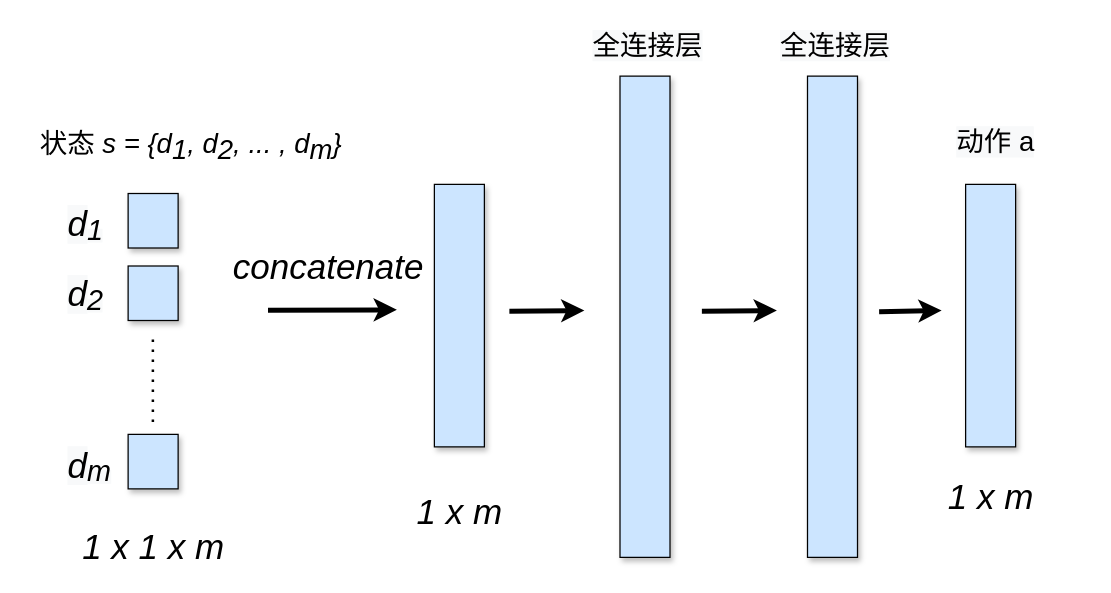
Before: page "DNN2" (11 of 16) of drawio.drawio in peachhhhh/satellite, a draw.io diagram. Source tidied: cells renumbered, new cells numbered last; positions are measured from the earlier drawing's top-left corner, leaving out a move shared by most shapes. Both pictures are drawn from the tidied source at 125%, with x=0, y=0 at pixel (28, 21).
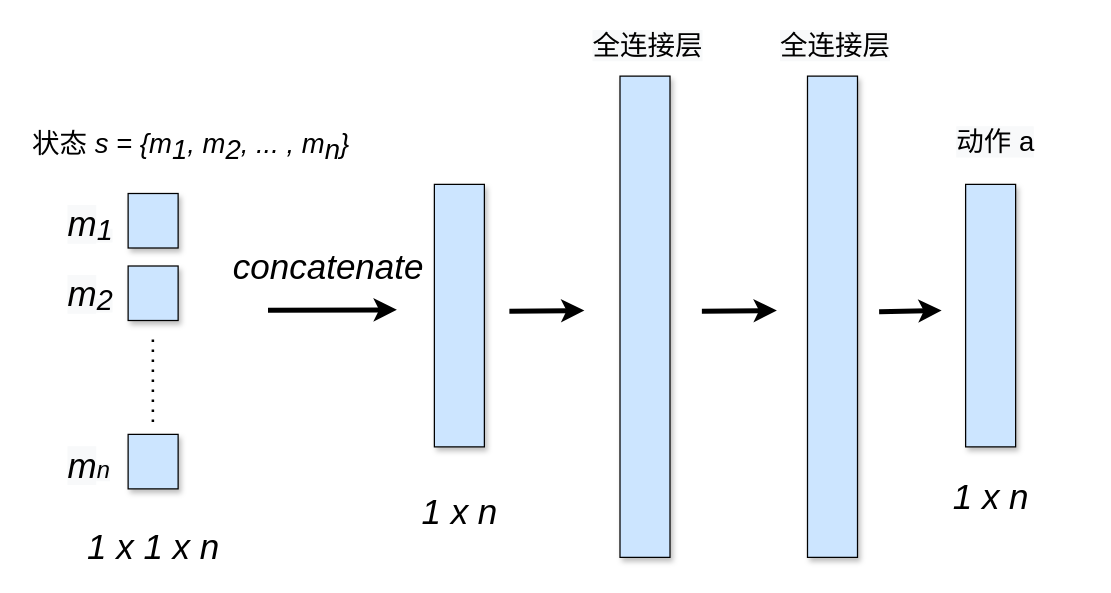
The same diagram, later.

What changed in the source:
```diff
@@
-    <mxCell id="5" value="&lt;span style=&quot;font-style: normal; font-size: 22px;&quot;&gt;状态&lt;/span&gt; s = {&lt;span style=&quot;font-family: helvetica; font-size: 22px;&quot;&gt;d&lt;/span&gt;&lt;sub style=&quot;font-family: helvetica; font-size: 22px;&quot;&gt;1&lt;/sub&gt;, d&lt;sub style=&quot;font-size: 22px;&quot;&gt;2&lt;/sub&gt;, ... , d&lt;sub style=&quot;font-size: 22px;&quot;&gt;m&lt;/sub&gt;}" style="text;html=1;align=center;verticalAlign=middle;fontSize=22;fontColor=#000000;fontStyle=2;" parent="1" vertex="1">
-      <mxGeometry y="80" width="260" height="40" as="geometry" />
+    <mxCell id="5" value="&lt;span style=&quot;font-style: normal ; font-size: 22px&quot;&gt;状态&lt;/span&gt; s = {&lt;span style=&quot;font-family: &amp;#34;helvetica&amp;#34; ; font-size: 22px&quot;&gt;m&lt;/span&gt;&lt;sub style=&quot;font-family: &amp;#34;helvetica&amp;#34; ; font-size: 22px&quot;&gt;1&lt;/sub&gt;, m&lt;sub style=&quot;font-size: 22px&quot;&gt;2&lt;/sub&gt;, ... , m&lt;sub style=&quot;font-size: 22px&quot;&gt;n&lt;/sub&gt;}" style="text;html=1;align=center;verticalAlign=middle;fontSize=22;fontColor=#000000;fontStyle=2;" parent="1" vertex="1">
+      <mxGeometry x="-5" y="80" width="270" height="40" as="geometry" />
     </mxCell>
@@
-    <mxCell id="12" value="&lt;span&gt;1 x 1 x m&lt;br&gt;&lt;/span&gt;" style="text;html=1;align=center;verticalAlign=middle;fontSize=28;fontColor=#000000;fontStyle=2;" parent="1" vertex="1">
-      <mxGeometry x="35" y="400" width="130" height="40" as="geometry" />
+    <mxCell id="12" value="&lt;span&gt;1 x 1 x n&lt;br&gt;&lt;/span&gt;" style="text;html=1;align=center;verticalAlign=middle;fontSize=28;fontColor=#000000;fontStyle=2;" parent="1" vertex="1">
+      <mxGeometry x="40" y="400" width="120" height="40" as="geometry" />
     </mxCell>
-    <mxCell id="13" value="&lt;span&gt;1 x m&lt;br&gt;&lt;/span&gt;" style="text;html=1;align=center;verticalAlign=middle;fontSize=28;fontColor=#000000;fontStyle=2;" parent="1" vertex="1">
+    <mxCell id="13" value="&lt;span&gt;1 x n&lt;br&gt;&lt;/span&gt;" style="text;html=1;align=center;verticalAlign=middle;fontSize=28;fontColor=#000000;fontStyle=2;" parent="1" vertex="1">
       <mxGeometry x="730" y="360" width="80" height="40" as="geometry" />
     </mxCell>
@@
-    <mxCell id="16" value="&lt;span&gt;1 x m&lt;br&gt;&lt;/span&gt;" style="text;html=1;align=center;verticalAlign=middle;fontSize=28;fontColor=#000000;fontStyle=2;" parent="1" vertex="1">
+    <mxCell id="16" value="&lt;span&gt;1 x n&lt;br&gt;&lt;/span&gt;" style="text;html=1;align=center;verticalAlign=middle;fontSize=28;fontColor=#000000;fontStyle=2;" parent="1" vertex="1">
       <mxGeometry x="305" y="371.8" width="80" height="40" as="geometry" />
     </mxCell>
@@
-    <mxCell id="20" value="&lt;span style=&quot;color: rgb(0 , 0 , 0) ; font-family: &amp;#34;helvetica&amp;#34; ; font-size: 28px ; font-style: italic ; font-weight: 400 ; letter-spacing: normal ; text-align: center ; text-indent: 0px ; text-transform: none ; word-spacing: 0px ; background-color: rgb(248 , 249 , 250) ; display: inline ; float: none&quot;&gt;d&lt;/span&gt;&lt;sub style=&quot;color: rgb(0 , 0 , 0) ; font-family: &amp;#34;helvetica&amp;#34; ; font-style: italic ; font-weight: 400 ; letter-spacing: normal ; text-indent: 0px ; text-transform: none ; word-spacing: 0px ; background-color: rgb(248 , 249 , 250)&quot;&gt;&lt;font style=&quot;font-size: 23px&quot;&gt;1&lt;/font&gt;&lt;/sub&gt;" style="text;whiteSpace=wrap;html=1;" parent="1" vertex="1">
+    <mxCell id="20" value="&lt;span style=&quot;color: rgb(0 , 0 , 0) ; font-family: &amp;#34;helvetica&amp;#34; ; font-size: 28px ; font-style: italic ; font-weight: 400 ; letter-spacing: normal ; text-align: center ; text-indent: 0px ; text-transform: none ; word-spacing: 0px ; background-color: rgb(248 , 249 , 250) ; display: inline ; float: none&quot;&gt;m&lt;/span&gt;&lt;sub style=&quot;color: rgb(0 , 0 , 0) ; font-family: &amp;#34;helvetica&amp;#34; ; font-style: italic ; font-weight: 400 ; letter-spacing: normal ; text-indent: 0px ; text-transform: none ; word-spacing: 0px ; background-color: rgb(248 , 249 , 250)&quot;&gt;&lt;font style=&quot;font-size: 23px&quot;&gt;1&lt;/font&gt;&lt;/sub&gt;" style="text;whiteSpace=wrap;html=1;" parent="1" vertex="1">
       <mxGeometry x="30" y="139.1" width="50" height="40" as="geometry" />
     </mxCell>
-    <mxCell id="21" value="&lt;span style=&quot;color: rgb(0 , 0 , 0) ; font-family: &amp;#34;helvetica&amp;#34; ; font-size: 28px ; font-style: italic ; font-weight: 400 ; letter-spacing: normal ; text-align: center ; text-indent: 0px ; text-transform: none ; word-spacing: 0px ; background-color: rgb(248 , 249 , 250) ; display: inline ; float: none&quot;&gt;d&lt;/span&gt;&lt;sub style=&quot;color: rgb(0 , 0 , 0) ; font-family: &amp;#34;helvetica&amp;#34; ; font-style: italic ; font-weight: 400 ; letter-spacing: normal ; text-align: center ; text-indent: 0px ; text-transform: none ; word-spacing: 0px ; background-color: rgb(248 , 249 , 250)&quot;&gt;&lt;font style=&quot;font-size: 23px&quot;&gt;2&lt;/font&gt;&lt;/sub&gt;" style="text;whiteSpace=wrap;html=1;" parent="1" vertex="1">
+    <mxCell id="21" value="&lt;span style=&quot;color: rgb(0 , 0 , 0) ; font-family: &amp;#34;helvetica&amp;#34; ; font-size: 28px ; font-style: italic ; font-weight: 400 ; letter-spacing: normal ; text-align: center ; text-indent: 0px ; text-transform: none ; word-spacing: 0px ; background-color: rgb(248 , 249 , 250) ; display: inline ; float: none&quot;&gt;m&lt;/span&gt;&lt;sub style=&quot;color: rgb(0 , 0 , 0) ; font-family: &amp;#34;helvetica&amp;#34; ; font-style: italic ; font-weight: 400 ; letter-spacing: normal ; text-align: center ; text-indent: 0px ; text-transform: none ; word-spacing: 0px ; background-color: rgb(248 , 249 , 250)&quot;&gt;&lt;font style=&quot;font-size: 23px&quot;&gt;2&lt;/font&gt;&lt;/sub&gt;" style="text;whiteSpace=wrap;html=1;" parent="1" vertex="1">
       <mxGeometry x="30" y="195.3" width="50" height="40" as="geometry" />
     </mxCell>
-    <mxCell id="22" value="&lt;span style=&quot;color: rgb(0 , 0 , 0) ; font-family: &amp;#34;helvetica&amp;#34; ; font-size: 28px ; font-style: italic ; font-weight: 400 ; letter-spacing: normal ; text-align: center ; text-indent: 0px ; text-transform: none ; word-spacing: 0px ; background-color: rgb(248 , 249 , 250) ; display: inline ; float: none&quot;&gt;d&lt;/span&gt;&lt;sub style=&quot;color: rgb(0 , 0 , 0) ; font-family: &amp;#34;helvetica&amp;#34; ; font-style: italic ; font-weight: 400 ; letter-spacing: normal ; text-align: center ; text-indent: 0px ; text-transform: none ; word-spacing: 0px ; background-color: rgb(248 , 249 , 250)&quot;&gt;&lt;font style=&quot;font-size: 23px&quot;&gt;m&lt;/font&gt;&lt;/sub&gt;" style="text;whiteSpace=wrap;html=1;" parent="1" vertex="1">
+    <mxCell id="22" value="&lt;span style=&quot;color: rgb(0 , 0 , 0) ; font-family: &amp;#34;helvetica&amp;#34; ; font-size: 28px ; font-style: italic ; font-weight: 400 ; letter-spacing: normal ; text-align: center ; text-indent: 0px ; text-transform: none ; word-spacing: 0px ; background-color: rgb(248 , 249 , 250) ; display: inline ; float: none&quot;&gt;m&lt;/span&gt;&lt;span style=&quot;color: rgb(0 , 0 , 0) ; font-family: &amp;#34;helvetica&amp;#34; ; font-style: italic ; font-weight: 400 ; letter-spacing: normal ; text-align: center ; text-indent: 0px ; text-transform: none ; word-spacing: 0px ; background-color: rgb(248 , 249 , 250) ; display: inline ; float: none&quot;&gt;&lt;font style=&quot;font-size: 19px&quot;&gt;n&lt;/font&gt;&lt;/span&gt;" style="text;whiteSpace=wrap;html=1;" parent="1" vertex="1">
       <mxGeometry x="30" y="331.8" width="50" height="40" as="geometry" />
     </mxCell>
```
